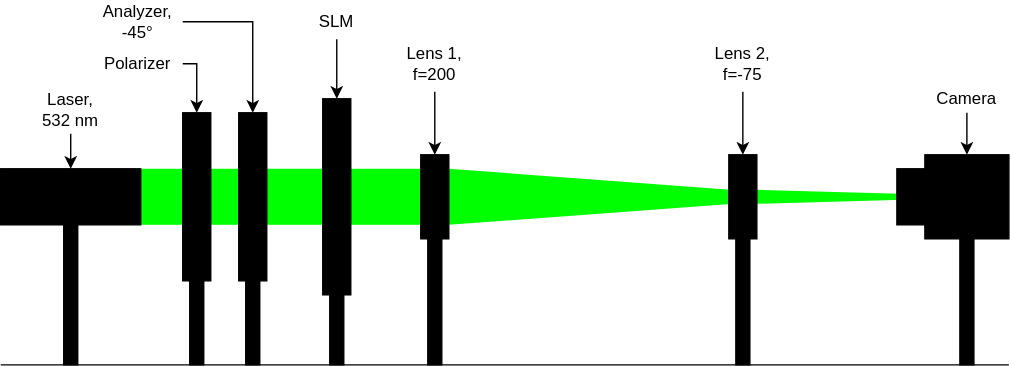
Before: documentation/images/setup.svg, a diagram exported from draw.io (nbaehler/mask-designer). Source tidied: cells renumbered, new cells last; positions are measured from the earlier drawing's top-left corner, leaving out a move shared by most shapes.
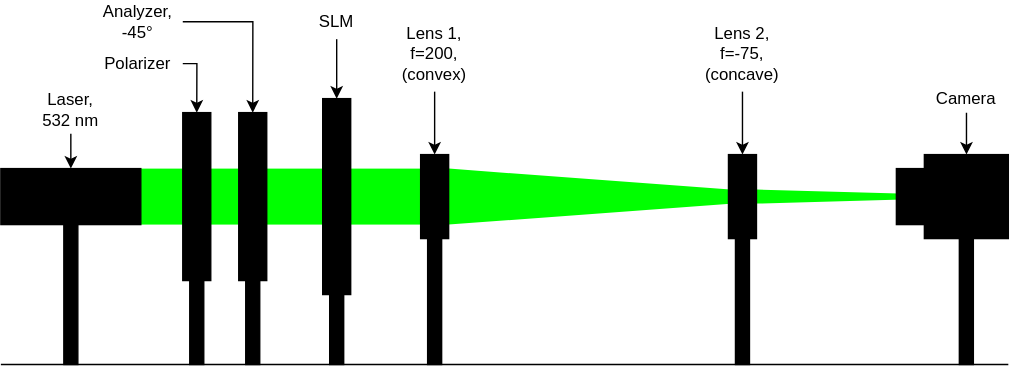
The same file after the commit.

What changed in the source:
```diff
@@ -68,8 +68,8 @@
     <mxCell id="22" style="edgeStyle=orthogonalEdgeStyle;rounded=0;jettySize=auto;html=1;exitX=0.5;exitY=1;exitDx=0;exitDy=0;" parent="1" edge="1" source="23" target="30">
       <mxGeometry relative="1" as="geometry" />
     </mxCell>
-    <mxCell id="23" value="&lt;div&gt;Lens 1,&lt;/div&gt;&lt;div&gt;f=200&lt;br&gt;&lt;/div&gt;" style="text;html=1;strokeColor=none;fillColor=none;align=center;verticalAlign=middle;whiteSpace=wrap;rounded=0;" parent="1" vertex="1">
-      <mxGeometry x="280" y="25" width="60" height="40" as="geometry" />
+    <mxCell id="23" value="&lt;div&gt;Lens 1,&lt;/div&gt;&lt;div&gt;f=200,&lt;br&gt;&lt;/div&gt;&lt;div&gt;(convex)&lt;br&gt;&lt;/div&gt;" style="text;html=1;strokeColor=none;fillColor=none;align=center;verticalAlign=middle;whiteSpace=wrap;rounded=0;" parent="1" vertex="1">
+      <mxGeometry x="280" y="10" width="60" height="55" as="geometry" />
     </mxCell>
     <mxCell id="24" value="Analyzer,&lt;br&gt;-45°" style="text;html=1;strokeColor=none;fillColor=none;align=center;verticalAlign=middle;whiteSpace=wrap;rounded=0;" parent="1" vertex="1">
       <mxGeometry x="66" width="64" height="30" as="geometry" />
@@ -77,8 +77,8 @@
     <mxCell id="25" style="edgeStyle=orthogonalEdgeStyle;rounded=0;jettySize=auto;html=1;exitX=0.5;exitY=1;exitDx=0;exitDy=0;entryX=0.5;entryY=0;entryDx=0;entryDy=0;" parent="1" edge="1" source="26" target="35">
       <mxGeometry relative="1" as="geometry" />
     </mxCell>
-    <mxCell id="26" value="&lt;div&gt;Lens 2,&lt;/div&gt;&lt;div&gt;f=-75&lt;br&gt;&lt;/div&gt;" style="text;html=1;strokeColor=none;fillColor=none;align=center;verticalAlign=middle;whiteSpace=wrap;rounded=0;" parent="1" vertex="1">
-      <mxGeometry x="500" y="25" width="60" height="40" as="geometry" />
+    <mxCell id="26" value="&lt;div&gt;Lens 2,&lt;/div&gt;&lt;div&gt;f=-75,&lt;br&gt;&lt;/div&gt;&lt;div&gt;(concave)&lt;/div&gt;" style="text;html=1;strokeColor=none;fillColor=none;align=center;verticalAlign=middle;whiteSpace=wrap;rounded=0;" parent="1" vertex="1">
+      <mxGeometry x="500" y="10" width="60" height="55" as="geometry" />
     </mxCell>
     <mxCell id="27" style="rounded=0;whiteSpace=wrap;html=1;fillColor=#000000;" parent="1" vertex="1">
       <mxGeometry x="130" y="80" width="20" height="120" as="geometry" />
```
